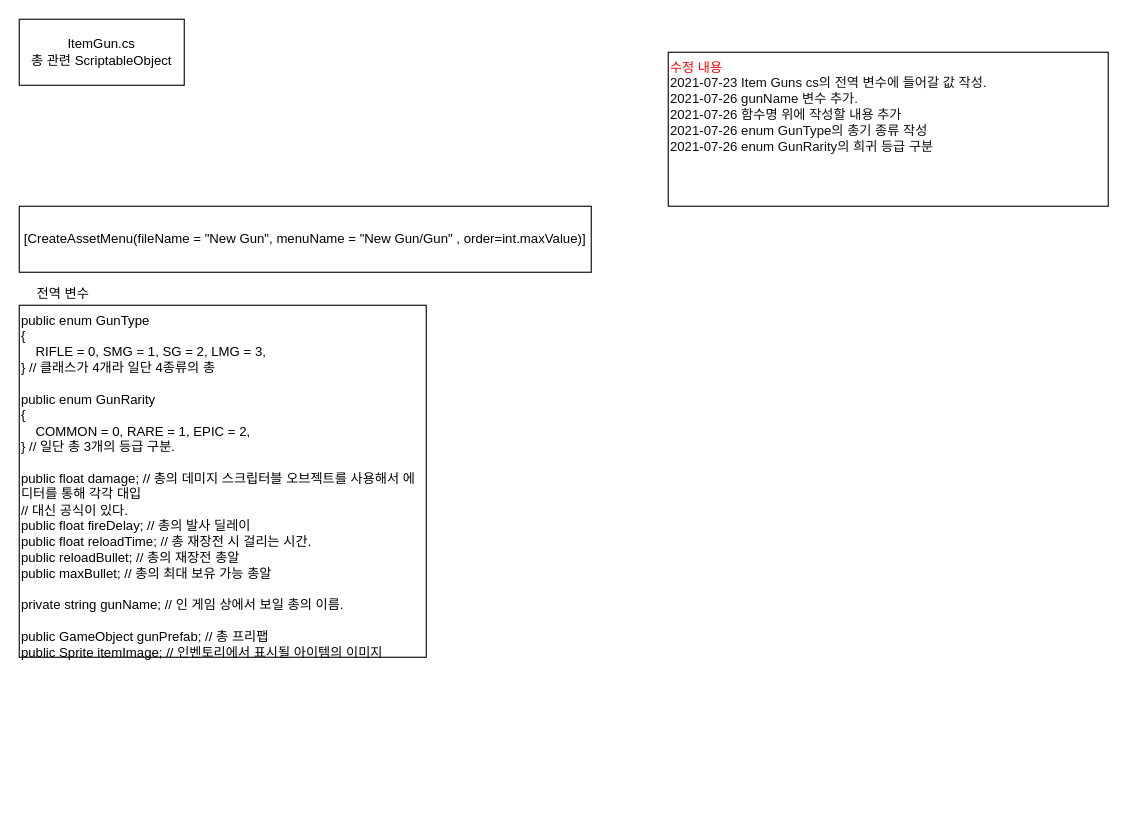
BckLily/YeilMainProjectBackUp keeps this draw.io diagram as FlowChart/ItemGun.drawio. Above is the earlier version. Source tidied: cells renumbered, new cells numbered last; positions are measured from the earlier drawing's top-left corner, leaving out a move shared by most shapes. Both pictures are drawn from the tidied source at 110%, with x=0, y=0 at pixel (19, 19).
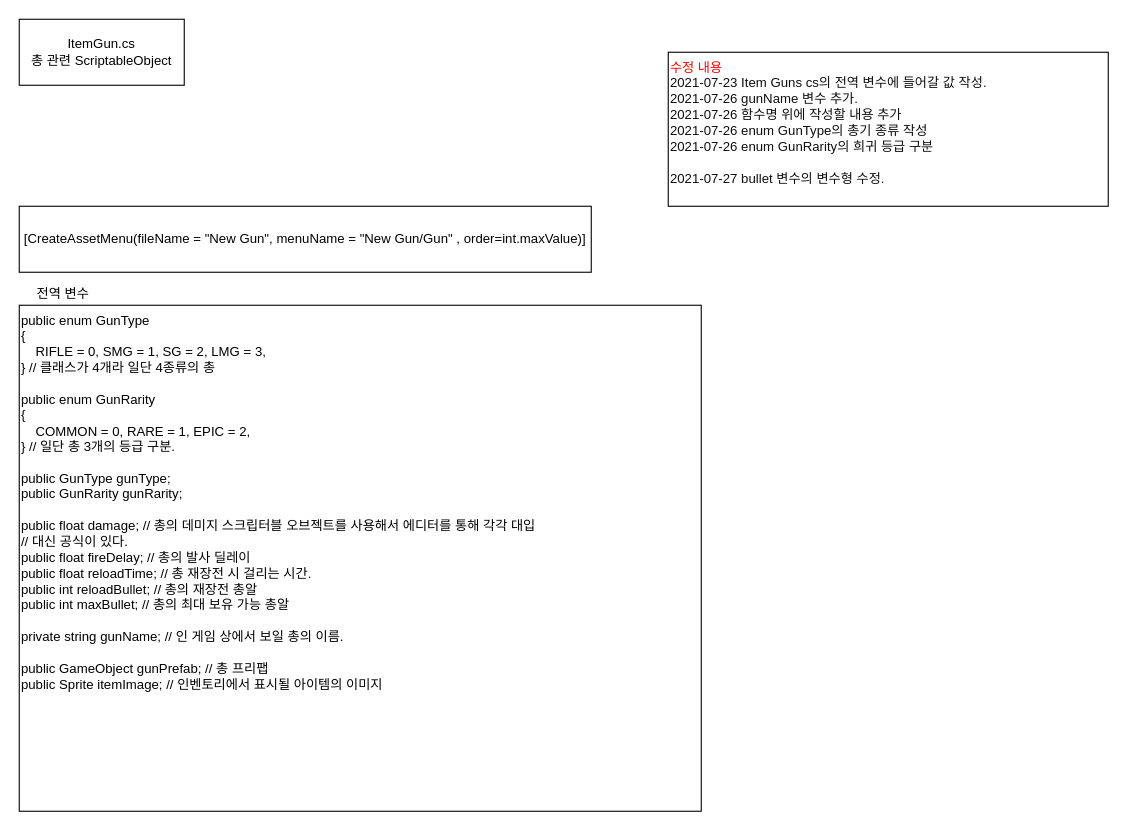
The same diagram, later.

The edit, as a diff of the source:
```diff
@@
 <mxGraphModel>
   <root>
     <mxCell id="0" />
     <mxCell id="1" parent="0" />
     <mxCell id="2" value="ItemGun.cs&lt;br&gt;총 관련 ScriptableObject" style="rounded=0;whiteSpace=wrap;html=1;" parent="1" vertex="1">
       <mxGeometry width="150" height="60" as="geometry" />
     </mxCell>
-    <mxCell id="3" value="public enum GunType&lt;br&gt;{&lt;br&gt;&amp;nbsp; &amp;nbsp; RIFLE = 0, SMG = 1, SG = 2, LMG = 3,&lt;br&gt;} // 클래스가 4개라 일단 4종류의 총&lt;br&gt;&lt;br&gt;public enum GunRarity&lt;br&gt;{&lt;br&gt;&amp;nbsp; &amp;nbsp; COMMON = 0, RARE = 1, EPIC = 2,&lt;br&gt;} // 일단 총 3개의 등급 구분.&lt;br&gt;&lt;br&gt;public float damage; // 총의 데미지 스크립터블 오브젝트를 사용해서 에디터를 통해 각각 대입&lt;br&gt;// 대신 공식이 있다.&lt;br&gt;public float fireDelay; // 총의 발사 딜레이&lt;br&gt;public float reloadTime; // 총 재장전 시 걸리는 시간.&lt;br&gt;public reloadBullet; // 총의 재장전 총알&lt;br&gt;public maxBullet; // 총의 최대 보유 가능 총알&lt;br&gt;&lt;br&gt;private string gunName; // 인 게임 상에서 보일 총의 이름.&lt;br&gt;&lt;br&gt;public GameObject gunPrefab; // 총 프리팹&lt;br&gt;public Sprite itemImage; // 인벤토리에서 표시될 아이템의 이미지" style="rounded=0;whiteSpace=wrap;html=1;align=left;verticalAlign=top;" parent="1" vertex="1">
-      <mxGeometry y="260" width="370" height="320" as="geometry" />
+    <mxCell id="3" value="public enum GunType&lt;br&gt;{&lt;br&gt;&amp;nbsp; &amp;nbsp; RIFLE = 0, SMG = 1, SG = 2, LMG = 3,&lt;br&gt;} // 클래스가 4개라 일단 4종류의 총&lt;br&gt;&lt;br&gt;public enum GunRarity&lt;br&gt;{&lt;br&gt;&amp;nbsp; &amp;nbsp; COMMON = 0, RARE = 1, EPIC = 2,&lt;br&gt;} // 일단 총 3개의 등급 구분.&lt;br&gt;&lt;br&gt;public GunType gunType;&lt;br&gt;public GunRarity gunRarity;&lt;br&gt;&lt;br&gt;public float damage; // 총의 데미지 스크립터블 오브젝트를 사용해서 에디터를 통해 각각 대입&lt;br&gt;// 대신 공식이 있다.&lt;br&gt;public float fireDelay; // 총의 발사 딜레이&lt;br&gt;public float reloadTime; // 총 재장전 시 걸리는 시간.&lt;br&gt;public int reloadBullet; // 총의 재장전 총알&lt;br&gt;public int maxBullet; // 총의 최대 보유 가능 총알&lt;br&gt;&lt;br&gt;private string gunName; // 인 게임 상에서 보일 총의 이름.&lt;br&gt;&lt;br&gt;public GameObject gunPrefab; // 총 프리팹&lt;br&gt;public Sprite itemImage; // 인벤토리에서 표시될 아이템의 이미지" style="rounded=0;whiteSpace=wrap;html=1;align=left;verticalAlign=top;" parent="1" vertex="1">
+      <mxGeometry y="260" width="620" height="460" as="geometry" />
     </mxCell>
     <mxCell id="4" value="전역 변수" style="text;html=1;strokeColor=none;fillColor=none;align=center;verticalAlign=middle;whiteSpace=wrap;rounded=0;" parent="1" vertex="1">
       <mxGeometry y="240" width="80" height="20" as="geometry" />
     </mxCell>
-    <mxCell id="5" value="&lt;font color=&quot;#ff0000&quot;&gt;수정 내용&lt;/font&gt;&lt;br&gt;&lt;font color=&quot;#0f0f0f&quot;&gt;2021-07-23 Item Guns cs의 전역 변수에 들어갈 값 작성.&lt;br&gt;2021-07-26 gunName 변수 추가.&lt;br&gt;2021-07-26 함수명 위에 작성할 내용 추가&lt;br&gt;2021-07-26 enum GunType의 총기 종류 작성&lt;br&gt;2021-07-26 enum GunRarity의 희귀 등급 구분&lt;br&gt;&lt;/font&gt;" style="rounded=0;whiteSpace=wrap;html=1;align=left;verticalAlign=top;" parent="1" vertex="1">
+    <mxCell id="5" value="&lt;font color=&quot;#ff0000&quot;&gt;수정 내용&lt;/font&gt;&lt;br&gt;&lt;font color=&quot;#0f0f0f&quot;&gt;2021-07-23 Item Guns cs의 전역 변수에 들어갈 값 작성.&lt;br&gt;2021-07-26 gunName 변수 추가.&lt;br&gt;2021-07-26 함수명 위에 작성할 내용 추가&lt;br&gt;2021-07-26 enum GunType의 총기 종류 작성&lt;br&gt;2021-07-26 enum GunRarity의 희귀 등급 구분&lt;br&gt;&lt;br&gt;2021-07-27 bullet 변수의 변수형 수정.&amp;nbsp;&lt;br&gt;&lt;/font&gt;" style="rounded=0;whiteSpace=wrap;html=1;align=left;verticalAlign=top;" parent="1" vertex="1">
       <mxGeometry x="590" y="30" width="400" height="140" as="geometry" />
     </mxCell>
     <mxCell id="6" value="[CreateAssetMenu(fileName = &quot;New Gun&quot;, menuName = &quot;New Gun/Gun&quot; , order=int.maxValue)]" style="whiteSpace=wrap;html=1;" parent="1" vertex="1">
       <mxGeometry y="170" width="520" height="60" as="geometry" />
     </mxCell>
   </root>
 </mxGraphModel>
```
